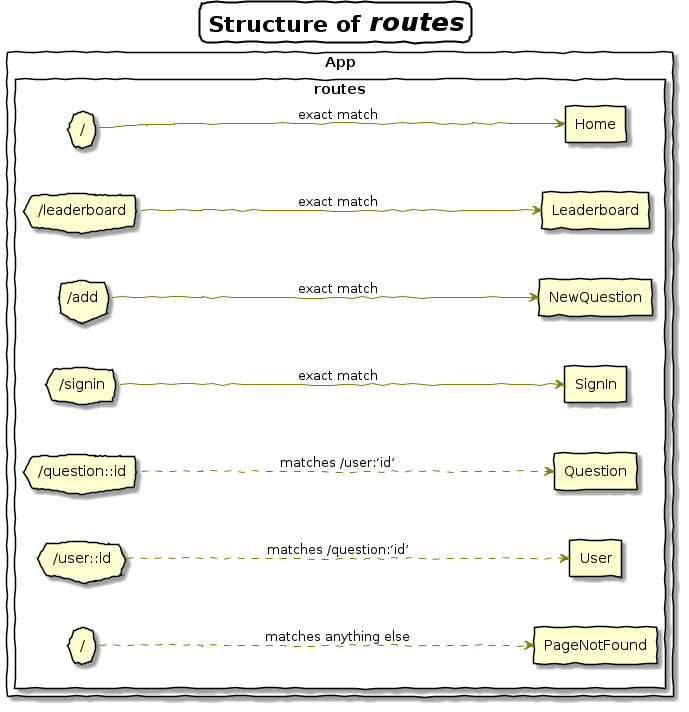
Earlier version of the PlantUML export docs/images/routes_structure.png (notetiene/reactnd-would-you-rather).
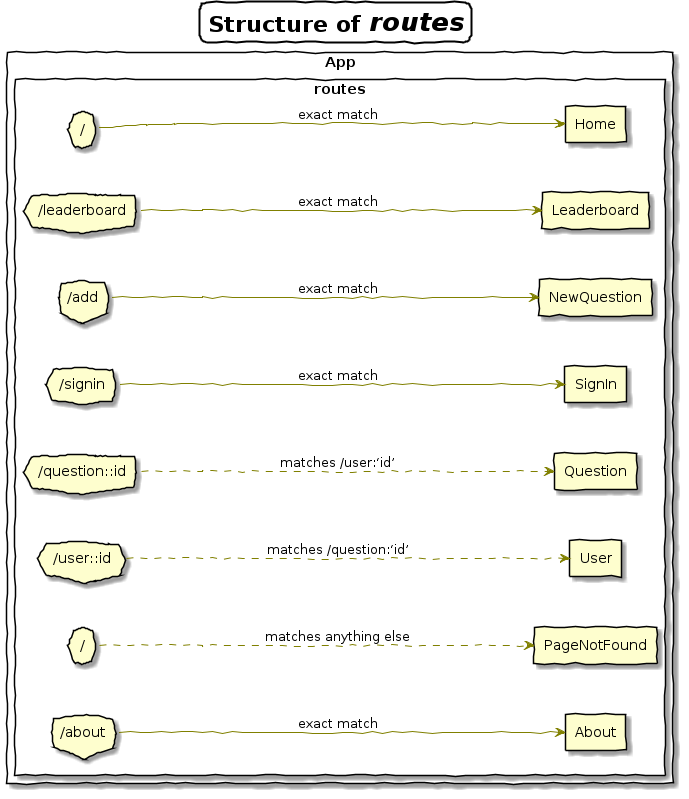
The same file after the commit.

Commit message:
Add the About page component in docs

What changed in the source:
```diff
@@ -5,9 +5,7 @@
     titleBorderColor black
     handwritten true
     shadowing true
-    usecase {
-        ArrowColor Olive
-    }
+    ArrowColor Olive
 }
 
 title =Structure of <i>routes</i>
@@ -22,6 +20,7 @@
         rectangle SignIn
         rectangle User
         rectangle PageNotFound
+        rectangle About
 
         cloud "/" as home
         cloud "/leaderboard" as leaderboard
@@ -30,6 +29,7 @@
         cloud "/question::id" as question
         cloud "/user::id" as user
         cloud "/" as pagenotfound
+        cloud "/about" as about
 
         home --> Home : exact match
         leaderboard --> Leaderboard : exact match
@@ -38,6 +38,7 @@
         question ..> Question : matches /user:‘id’
         user ..> User : matches /question:‘id’
         pagenotfound ..> PageNotFound : matches anything else
+        about --> About : exact match
     }
 }
 @enduml
```
